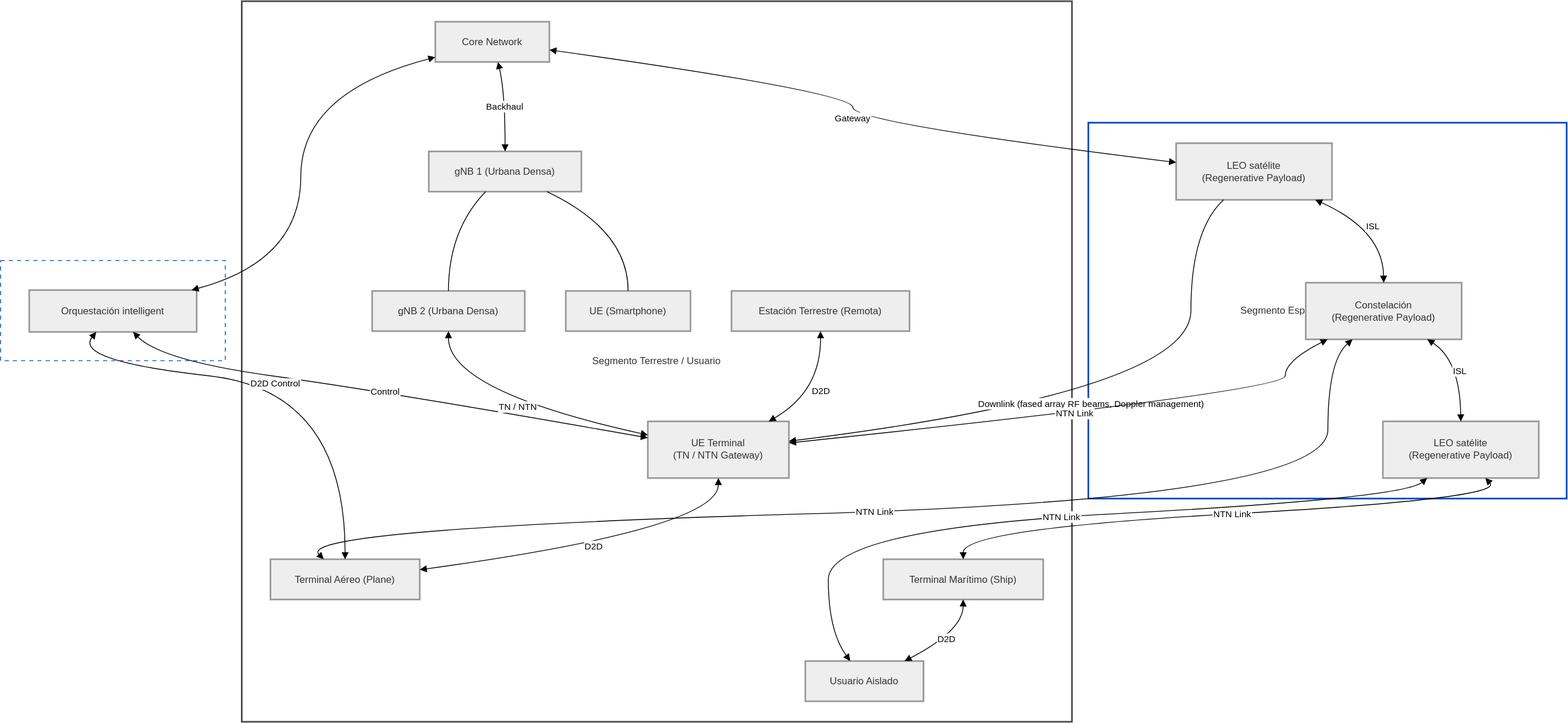
The draw.io diagram codes/fig1.svg in hmartinez00/d2d_ntn_6g_convergence, before a commit. Source tidied: cells renumbered, new cells last; positions are measured from the earlier drawing's top-left corner, leaving out a move shared by most shapes.
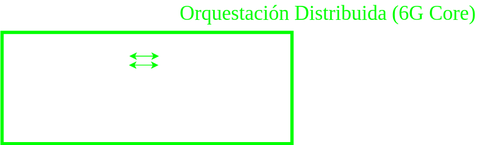
After the change.

Diff of the diagram source:
```diff
@@ -2,193 +2,23 @@
   <root>
     <mxCell id="0" />
     <mxCell id="1" parent="0" />
-    <mxCell id="2" style="group;" parent="1" vertex="1">
-      <mxGeometry width="1909" height="878" as="geometry" />
-    </mxCell>
-    <mxCell id="3" value="Segmento Terrestre / Usuario" style="whiteSpace=wrap;strokeWidth=2;fillColor=#ffffff;strokeColor=#4A4A4A;fontColor=light-dark(#333333,#cccccc);" parent="2" vertex="1">
-      <mxGeometry x="294" width="1012" height="878" as="geometry" />
-    </mxCell>
-    <mxCell id="4" value="Plano de Control y Gestión" style="whiteSpace=wrap;strokeWidth=1;fillColor=#ffffff;strokeColor=#0047AB;fontColor=light-dark(#333333,#cccccc);dashed=1;dashPattern=5 5;" parent="2" vertex="1">
-      <mxGeometry y="316" width="274" height="122" as="geometry" />
-    </mxCell>
-    <mxCell id="5" value="Segmento Espacial (Constelación LEO)" style="whiteSpace=wrap;strokeWidth=2;fillColor=#ffffff;strokeColor=#0047AB;fontColor=light-dark(#333333,#cccccc);" parent="2" vertex="1">
-      <mxGeometry x="1326" y="148" width="583" height="458" as="geometry" />
-    </mxCell>
-    <mxCell id="6" value="LEO satélite&#10;(Regenerative Payload)" style="whiteSpace=wrap;strokeWidth=2;fillColor=light-dark(#eeeeee,#1f2020);strokeColor=light-dark(#999999,#cccccc);fontColor=light-dark(#333333,#cccccc);" parent="2" vertex="1">
-      <mxGeometry x="1433" y="173" width="190" height="69" as="geometry" />
-    </mxCell>
-    <mxCell id="7" value="Constelación&#10;(Regenerative Payload)" style="whiteSpace=wrap;strokeWidth=2;fillColor=light-dark(#eeeeee,#1f2020);strokeColor=light-dark(#999999,#cccccc);fontColor=light-dark(#333333,#cccccc);" parent="2" vertex="1">
-      <mxGeometry x="1591" y="343" width="190" height="69" as="geometry" />
-    </mxCell>
-    <mxCell id="8" value="LEO satélite&#10;(Regenerative Payload)" style="whiteSpace=wrap;strokeWidth=2;fillColor=light-dark(#eeeeee,#1f2020);strokeColor=light-dark(#999999,#cccccc);fontColor=light-dark(#333333,#cccccc);" parent="2" vertex="1">
-      <mxGeometry x="1685" y="512" width="190" height="69" as="geometry" />
-    </mxCell>
-    <mxCell id="9" value="Orquestación intelligent" style="whiteSpace=wrap;strokeWidth=2;fillColor=light-dark(#eeeeee,#1f2020);strokeColor=light-dark(#999999,#cccccc);fontColor=light-dark(#333333,#cccccc);" parent="2" vertex="1">
-      <mxGeometry x="35" y="352" width="204" height="51" as="geometry" />
-    </mxCell>
-    <mxCell id="10" value="Core Network" style="whiteSpace=wrap;strokeWidth=2;fillColor=light-dark(#eeeeee,#1f2020);strokeColor=light-dark(#999999,#cccccc);fontColor=light-dark(#333333,#cccccc);" parent="2" vertex="1">
-      <mxGeometry x="530" y="25" width="139" height="49" as="geometry" />
-    </mxCell>
-    <mxCell id="11" value="gNB 1 (Urbana Densa)" style="whiteSpace=wrap;strokeWidth=2;fillColor=light-dark(#eeeeee,#1f2020);strokeColor=light-dark(#999999,#cccccc);fontColor=light-dark(#333333,#cccccc);" parent="2" vertex="1">
-      <mxGeometry x="522" y="183" width="186" height="49" as="geometry" />
-    </mxCell>
-    <mxCell id="12" value="gNB 2 (Urbana Densa)" style="whiteSpace=wrap;strokeWidth=2;fillColor=light-dark(#eeeeee,#1f2020);strokeColor=light-dark(#999999,#cccccc);fontColor=light-dark(#333333,#cccccc);" parent="2" vertex="1">
-      <mxGeometry x="453" y="353" width="186" height="49" as="geometry" />
-    </mxCell>
-    <mxCell id="13" value="UE (Smartphone)" style="whiteSpace=wrap;strokeWidth=2;fillColor=light-dark(#eeeeee,#1f2020);strokeColor=light-dark(#999999,#cccccc);fontColor=light-dark(#333333,#cccccc);" parent="2" vertex="1">
-      <mxGeometry x="689" y="353" width="152" height="49" as="geometry" />
-    </mxCell>
-    <mxCell id="14" value="UE Terminal&#10;(TN / NTN Gateway)" style="whiteSpace=wrap;strokeWidth=2;fillColor=light-dark(#eeeeee,#1f2020);strokeColor=light-dark(#999999,#cccccc);fontColor=light-dark(#333333,#cccccc);" parent="2" vertex="1">
-      <mxGeometry x="789" y="512" width="172" height="69" as="geometry" />
-    </mxCell>
-    <mxCell id="15" value="Terminal Aéreo (Plane)" style="whiteSpace=wrap;strokeWidth=2;fillColor=light-dark(#eeeeee,#1f2020);strokeColor=light-dark(#999999,#cccccc);fontColor=light-dark(#333333,#cccccc);" parent="2" vertex="1">
-      <mxGeometry x="329" y="680" width="182" height="49" as="geometry" />
-    </mxCell>
-    <mxCell id="16" value="Estación Terrestre (Remota)" style="whiteSpace=wrap;strokeWidth=2;fillColor=light-dark(#eeeeee,#1f2020);strokeColor=light-dark(#999999,#cccccc);fontColor=light-dark(#333333,#cccccc);" parent="2" vertex="1">
-      <mxGeometry x="891" y="353" width="217" height="49" as="geometry" />
-    </mxCell>
-    <mxCell id="17" value="Terminal Marítimo (Ship)" style="whiteSpace=wrap;strokeWidth=2;fillColor=light-dark(#eeeeee,#1f2020);strokeColor=light-dark(#999999,#cccccc);fontColor=light-dark(#333333,#cccccc);" parent="2" vertex="1">
-      <mxGeometry x="1076" y="680" width="195" height="49" as="geometry" />
-    </mxCell>
-    <mxCell id="18" value="Usuario Aislado" style="whiteSpace=wrap;strokeWidth=2;fillColor=light-dark(#eeeeee,#1f2020);strokeColor=light-dark(#999999,#cccccc);fontColor=light-dark(#333333,#cccccc);" parent="2" vertex="1">
-      <mxGeometry x="981" y="804" width="144" height="49" as="geometry" />
-    </mxCell>
-    <mxCell id="19" value="ISL" style="curved=1;startArrow=block;endArrow=block;exitX=0.9;exitY=1.01;entryX=0.5;entryY=0;rounded=0;" parent="2" edge="1" source="6" target="7">
-      <mxGeometry relative="1" as="geometry">
-        <Array as="points">
-          <mxPoint x="1685" y="279" />
-        </Array>
-      </mxGeometry>
-    </mxCell>
-    <mxCell id="20" value="ISL" style="curved=1;startArrow=block;endArrow=block;exitX=0.78;exitY=1;entryX=0.5;entryY=0.01;rounded=0;" parent="2" edge="1" source="7" target="8">
-      <mxGeometry relative="1" as="geometry">
-        <Array as="points">
-          <mxPoint x="1779" y="438" />
-        </Array>
-      </mxGeometry>
-    </mxCell>
-    <mxCell id="21" value="Gateway" style="curved=1;startArrow=block;endArrow=block;exitX=1;exitY=0.7;entryX=0;entryY=0.34;rounded=0;" parent="2" edge="1" source="10" target="6">
-      <mxGeometry relative="1" as="geometry">
-        <Array as="points">
-          <mxPoint x="1039" y="111" />
-          <mxPoint x="1039" y="148" />
-        </Array>
-      </mxGeometry>
-    </mxCell>
-    <mxCell id="22" value="Backhaul" style="curved=1;startArrow=block;endArrow=block;exitX=0.55;exitY=1.01;entryX=0.5;entryY=0;rounded=0;" parent="2" edge="1" source="10" target="11">
-      <mxGeometry relative="1" as="geometry">
-        <Array as="points">
-          <mxPoint x="615" y="111" />
-        </Array>
-      </mxGeometry>
-    </mxCell>
-    <mxCell id="23" style="curved=1;startArrow=block;endArrow=block;exitX=0;exitY=0.88;entryX=0.97;entryY=0;rounded=0;" parent="2" edge="1" source="10" target="9">
-      <mxGeometry relative="1" as="geometry">
-        <Array as="points">
-          <mxPoint x="366" y="111" />
-          <mxPoint x="366" y="316" />
-        </Array>
-      </mxGeometry>
-    </mxCell>
-    <mxCell id="24" style="curved=1;startArrow=none;endArrow=none;exitX=0.37;exitY=1.01;entryX=0.5;entryY=-0.01;rounded=0;" parent="2" edge="1" source="11" target="12">
-      <mxGeometry relative="1" as="geometry">
-        <Array as="points">
-          <mxPoint x="546" y="279" />
-        </Array>
-      </mxGeometry>
-    </mxCell>
-    <mxCell id="25" style="curved=1;startArrow=none;endArrow=none;exitX=0.78;exitY=1.01;entryX=0.5;entryY=-0.01;rounded=0;" parent="2" edge="1" source="11" target="13">
-      <mxGeometry relative="1" as="geometry">
-        <Array as="points">
-          <mxPoint x="765" y="279" />
-        </Array>
-      </mxGeometry>
-    </mxCell>
-    <mxCell id="26" value="Downlink (fased array RF beams, Doppler management)" style="curved=1;startArrow=none;endArrow=block;exitX=0.3;exitY=1.01;entryX=1;entryY=0.35;rounded=0;" parent="2" edge="1" source="6" target="14">
-      <mxGeometry relative="1" as="geometry">
-        <Array as="points">
-          <mxPoint x="1451" y="279" />
-          <mxPoint x="1451" y="475" />
-        </Array>
-      </mxGeometry>
-    </mxCell>
-    <mxCell id="27" value="NTN Link" style="curved=1;startArrow=block;endArrow=block;exitX=0.14;exitY=1;entryX=1;entryY=0.38;rounded=0;" parent="2" edge="1" source="7" target="14">
-      <mxGeometry relative="1" as="geometry">
-        <Array as="points">
-          <mxPoint x="1566" y="438" />
-          <mxPoint x="1566" y="475" />
-        </Array>
-      </mxGeometry>
-    </mxCell>
-    <mxCell id="28" value="NTN Link" style="curved=1;startArrow=block;endArrow=block;exitX=0.3;exitY=1;entryX=0.36;entryY=0.01;rounded=0;" parent="2" edge="1" source="7" target="15">
-      <mxGeometry relative="1" as="geometry">
-        <Array as="points">
-          <mxPoint x="1618" y="438" />
-          <mxPoint x="1618" y="606" />
-          <mxPoint x="357" y="643" />
-        </Array>
-      </mxGeometry>
-    </mxCell>
-    <mxCell id="29" value="NTN Link" style="curved=1;startArrow=block;endArrow=block;exitX=0.66;exitY=1.01;entryX=0.5;entryY=0.01;rounded=0;" parent="2" edge="1" source="8" target="17">
-      <mxGeometry relative="1" as="geometry">
-        <Array as="points">
-          <mxPoint x="1834" y="606" />
-          <mxPoint x="1173" y="643" />
-        </Array>
-      </mxGeometry>
-    </mxCell>
-    <mxCell id="30" value="NTN Link" style="curved=1;startArrow=block;endArrow=block;exitX=0.28;exitY=1.01;entryX=0.38;entryY=0;rounded=0;" parent="2" edge="1" source="8" target="18">
-      <mxGeometry relative="1" as="geometry">
-        <Array as="points">
-          <mxPoint x="1709" y="606" />
-          <mxPoint x="1009" y="643" />
-          <mxPoint x="1009" y="767" />
-        </Array>
-      </mxGeometry>
-    </mxCell>
-    <mxCell id="31" value="Control" style="curved=1;startArrow=block;endArrow=block;exitX=0.62;exitY=1;entryX=0;entryY=0.29;rounded=0;" parent="2" edge="1" source="9" target="14">
-      <mxGeometry relative="1" as="geometry">
-        <Array as="points">
-          <mxPoint x="196" y="438" />
-          <mxPoint x="466" y="475" />
-        </Array>
-      </mxGeometry>
-    </mxCell>
-    <mxCell id="32" value="D2D Control" style="curved=1;startArrow=block;endArrow=block;exitX=0.4;exitY=1;entryX=0.5;entryY=0.01;rounded=0;" parent="2" edge="1" source="9" target="15">
-      <mxGeometry relative="1" as="geometry">
-        <Array as="points">
-          <mxPoint x="89" y="438" />
-          <mxPoint x="420" y="475" />
-        </Array>
-      </mxGeometry>
-    </mxCell>
-    <mxCell id="33" value="TN / NTN" style="curved=1;startArrow=block;endArrow=block;exitX=0.5;exitY=1;entryX=0;entryY=0.24;rounded=0;" parent="2" edge="1" source="12" target="14">
-      <mxGeometry relative="1" as="geometry">
-        <Array as="points">
-          <mxPoint x="546" y="475" />
-        </Array>
-      </mxGeometry>
-    </mxCell>
-    <mxCell id="34" value="D2D" style="curved=1;startArrow=block;endArrow=block;exitX=0.5;exitY=1.01;entryX=1;entryY=0.26;rounded=0;" parent="2" edge="1" source="14" target="15">
-      <mxGeometry relative="1" as="geometry">
-        <Array as="points">
-          <mxPoint x="875" y="643" />
-        </Array>
-      </mxGeometry>
-    </mxCell>
-    <mxCell id="35" value="D2D" style="curved=1;startArrow=block;endArrow=block;exitX=0.5;exitY=1;entryX=0.85;entryY=0.01;rounded=0;" parent="2" edge="1" source="16" target="14">
-      <mxGeometry relative="1" as="geometry">
-        <Array as="points">
-          <mxPoint x="1000" y="475" />
-        </Array>
-      </mxGeometry>
-    </mxCell>
-    <mxCell id="36" value="D2D" style="curved=1;startArrow=block;endArrow=block;exitX=0.5;exitY=1.02;entryX=0.84;entryY=0;rounded=0;" parent="2" edge="1" source="17" target="18">
-      <mxGeometry relative="1" as="geometry">
-        <Array as="points">
-          <mxPoint x="1173" y="767" />
-        </Array>
-      </mxGeometry>
-    </mxCell>
+    <mxCell id="37" style="rounded=0;whiteSpace=wrap;html=1;fillColor=none;strokeWidth=4;strokeColor=#00FF00;" parent="1" vertex="1">
+      <mxGeometry x="236" y="44" width="353" height="136" as="geometry" />
+    </mxCell>
+    <mxCell id="38" style="endArrow=classic;startArrow=classic;html=1;rounded=0;strokeColor=#00FF00;" parent="1" edge="1">
+      <mxGeometry relative="1" as="geometry">
+        <mxPoint x="391" y="73" as="sourcePoint" />
+        <mxPoint x="427" y="73" as="targetPoint" />
+      </mxGeometry>
+    </mxCell>
+    <mxCell id="39" style="endArrow=classic;startArrow=classic;html=1;rounded=0;strokeColor=#00FF00;" parent="1" edge="1">
+      <mxGeometry relative="1" as="geometry">
+        <mxPoint x="390.5" y="84" as="sourcePoint" />
+        <mxPoint x="426.5" y="84" as="targetPoint" />
+      </mxGeometry>
+    </mxCell>
+    <mxCell id="40" value="&lt;font style=&quot;font-size: 25px;&quot;&gt;Orquestación Distribuida (6G Core)&lt;/font&gt;" style="text;html=1;whiteSpace=wrap;strokeColor=none;fillColor=none;align=center;verticalAlign=middle;rounded=0;fontFamily=Tahoma;fontColor=#00FF00;" parent="1" vertex="1">
+      <mxGeometry x="423" y="5" width="420" height="30" as="geometry" />
+    </mxCell>
   </root>
 </mxGraphModel>
```
